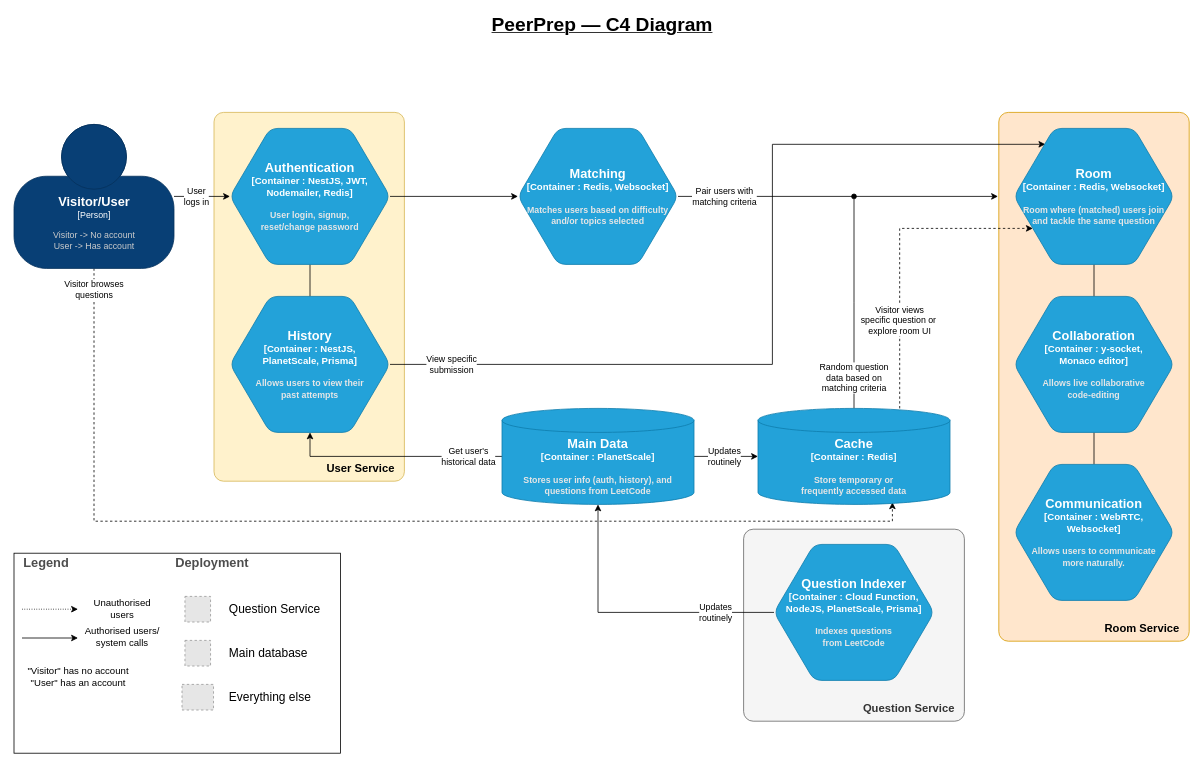
Before: page "Page-2" (1 of 2) of docs/cs3219-g42-c4-diagram.drawio in CS3219-AY2223S1/cs3219-project-ay2223s1-g42, a draw.io diagram. Source tidied: cells renumbered, new cells numbered last; positions are measured from the earlier drawing's top-left corner, leaving out a move shared by most shapes. Both pictures are drawn from the tidied source at 80%, with x=0, y=0 at pixel (14, 17). Pictures stored in the file or linked from it are replaced by grey dashed boxes.
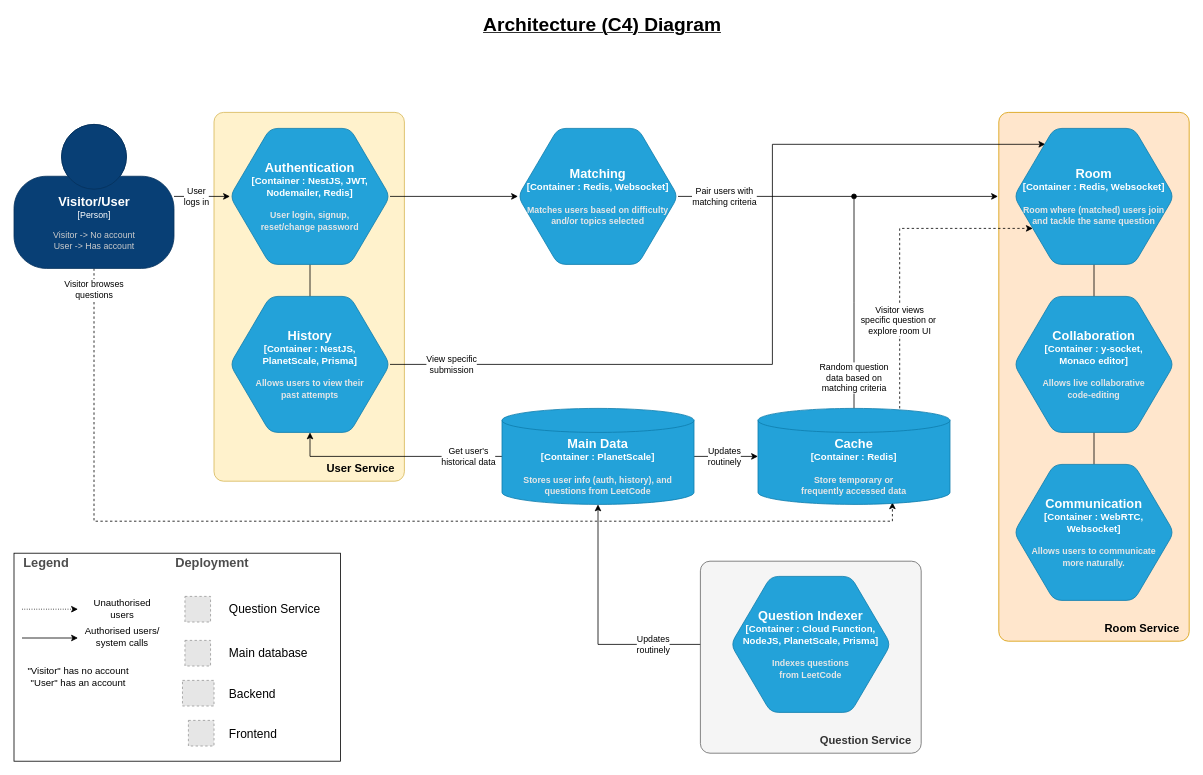
The same diagram, later.

Commit message (it also covers changes not shown here):
docs: add user authentication diagram

The change refers to these unchanged cells:
```xml
<object id="13" label="&lt;font style=&quot;font-size: 16px&quot;&gt;&lt;b&gt;%c4Type%&lt;/font&gt;&lt;div&gt;[%c4Container%:&amp;nbsp;%c4Technology%]&lt;/div&gt;&lt;br&gt;&lt;div&gt;&lt;font style=&quot;font-size: 11px&quot;&gt;&lt;font color=&quot;#E6E6E6&quot;&gt;%c4Description%&lt;/font&gt;&lt;/div&gt;" c4Container="Container " c4Description="Stores user info (auth, history), and &#10;questions from LeetCode" c4Technology="PlanetScale" c4Type="Main Data" placeholders="1">
  <mxCell style="shape=cylinder3;size=15;whiteSpace=wrap;html=1;boundedLbl=1;rounded=0;labelBackgroundColor=none;fillColor=#23A2D9;fontSize=12;fontColor=#ffffff;align=center;strokeColor=#0E7DAD;points=[[0.5,0,0],[1,0.25,0],[1,0.5,0],[1,0.75,0],[0.5,1,0],[0,0.75,0],[0,0.5,0],[0,0.25,0]];" parent="1" vertex="1">
    <mxGeometry x="610" y="489" width="240" height="120" as="geometry" />
  </mxCell>
</object>
```

Change to the diagram source:
```diff
@@
-    <mxCell id="2" value="&lt;b&gt;&lt;font style=&quot;font-size: 14px&quot;&gt;Question Service&lt;/font&gt;&lt;/b&gt;" style="rounded=1;whiteSpace=wrap;html=1;verticalAlign=bottom;align=right;spacingLeft=10;arcSize=5;fillColor=#f5f5f5;strokeColor=#666666;spacingBottom=5;fontColor=#333333;spacingRight=10;" parent="1" vertex="1">
-      <mxGeometry x="912" y="640" width="276" height="240" as="geometry" />
-    </mxCell>
@@
     <mxCell id="7" value="Updates&lt;br&gt;routinely" style="edgeStyle=orthogonalEdgeStyle;rounded=0;html=1;exitX=0;exitY=0.5;exitDx=0;exitDy=0;exitPerimeter=0;entryX=0.5;entryY=1;entryDx=0;entryDy=0;entryPerimeter=0;endArrow=classic;endFill=1;" parent="1" edge="1" source="8" target="13">
-      <mxGeometry x="-0.59" relative="1" as="geometry" />
+      <mxGeometry x="-0.43" relative="1" as="geometry" />
     </mxCell>
-    <object id="8" label="&lt;font style=&quot;font-size: 16px&quot;&gt;&lt;b&gt;%c4Type%&lt;/font&gt;&lt;div&gt;[%c4Container%:&amp;nbsp;%c4Technology%]&lt;/div&gt;&lt;br&gt;&lt;div&gt;&lt;font style=&quot;font-size: 11px&quot;&gt;&lt;font color=&quot;#E6E6E6&quot;&gt;%c4Description%&lt;/font&gt;&lt;/div&gt;" c4Container="Container " c4Description="Indexes questions &#10;from LeetCode" c4Technology="Cloud Function, NodeJS, PlanetScale, Prisma" c4Type="Question Indexer" placeholders="1">
-      <mxCell style="shape=hexagon;size=50;perimeter=hexagonPerimeter2;whiteSpace=wrap;html=1;fixedSize=1;rounded=1;labelBackgroundColor=none;fillColor=#23A2D9;fontSize=12;fontColor=#ffffff;align=center;strokeColor=#0E7DAD;points=[[0.5,0,0],[1,0.25,0],[1,0.5,0],[1,0.75,0],[0.5,1,0],[0,0.75,0],[0,0.5,0],[0,0.25,0]];" parent="1" vertex="1">
-        <mxGeometry x="950" y="659" width="200" height="170" as="geometry" />
-      </mxCell>
-    </object>
@@
     <mxCell id="28" style="whiteSpace=wrap;html=1;" parent="1" vertex="1">
-      <mxGeometry y="670" width="408" height="250" as="geometry" />
+      <mxGeometry y="670" width="408" height="260" as="geometry" />
     </mxCell>
@@
     <mxCell id="40" style="fillColor=#E6E6E6;strokeColor=#999999;dashed=1;verticalLabelPosition=bottom;labelBackgroundColor=#ffffff;verticalAlign=top;" parent="1" vertex="1">
-      <mxGeometry x="210" y="834" width="39.4" height="32" as="geometry" />
+      <mxGeometry x="210.6" y="829" width="39.4" height="32" as="geometry" />
     </mxCell>
-    <mxCell id="41" value="Everything else" style="text;html=1;strokeColor=none;fillColor=none;align=left;verticalAlign=middle;whiteSpace=wrap;rounded=0;fontSize=15;" parent="1" vertex="1">
-      <mxGeometry x="266.7" y="834" width="130" height="30" as="geometry" />
+    <mxCell id="41" value="Backend" style="text;html=1;strokeColor=none;fillColor=none;align=left;verticalAlign=middle;whiteSpace=wrap;rounded=0;fontSize=15;" parent="1" vertex="1">
+      <mxGeometry x="266.7" y="830" width="130" height="30" as="geometry" />
     </mxCell>
-    <mxCell id="42" value="&lt;b&gt;&lt;font style=&quot;font-size: 24px&quot;&gt;PeerPrep — C4 Diagram&lt;/font&gt;&lt;/b&gt;" style="text;html=1;align=center;verticalAlign=middle;strokeColor=none;fillColor=none;fontStyle=4;" parent="1" vertex="1">
-      <mxGeometry x="590" width="290" height="20" as="geometry" />
+    <mxCell id="42" value="&lt;b&gt;&lt;font style=&quot;font-size: 24px&quot;&gt;Architecture (C4) Diagram&lt;/font&gt;&lt;/b&gt;" style="text;html=1;align=center;verticalAlign=middle;strokeColor=none;fillColor=none;fontStyle=4;" parent="1" vertex="1">
+      <mxGeometry x="580" width="310" height="20" as="geometry" />
     </mxCell>
+    <mxCell id="43" style="group;" parent="1" vertex="1">
+      <mxGeometry x="858" y="680" width="276" height="240" as="geometry" />
+    </mxCell>
+    <mxCell id="2" value="&lt;b&gt;&lt;font style=&quot;font-size: 14px&quot;&gt;Question Service&lt;/font&gt;&lt;/b&gt;" style="rounded=1;whiteSpace=wrap;html=1;verticalAlign=bottom;align=right;spacingLeft=10;arcSize=5;fillColor=#f5f5f5;strokeColor=#666666;spacingBottom=5;fontColor=#333333;spacingRight=10;" parent="43" vertex="1">
+      <mxGeometry width="276" height="240" as="geometry" />
+    </mxCell>
+    <object id="8" label="&lt;font style=&quot;font-size: 16px&quot;&gt;&lt;b&gt;%c4Type%&lt;/font&gt;&lt;div&gt;[%c4Container%:&amp;nbsp;%c4Technology%]&lt;/div&gt;&lt;br&gt;&lt;div&gt;&lt;font style=&quot;font-size: 11px&quot;&gt;&lt;font color=&quot;#E6E6E6&quot;&gt;%c4Description%&lt;/font&gt;&lt;/div&gt;" c4Container="Container " c4Description="Indexes questions &#10;from LeetCode" c4Technology="Cloud Function, NodeJS, PlanetScale, Prisma" c4Type="Question Indexer" placeholders="1">
+      <mxCell style="shape=hexagon;size=50;perimeter=hexagonPerimeter2;whiteSpace=wrap;html=1;fixedSize=1;rounded=1;labelBackgroundColor=none;fillColor=#23A2D9;fontSize=12;fontColor=#ffffff;align=center;strokeColor=#0E7DAD;points=[[0.5,0,0],[1,0.25,0],[1,0.5,0],[1,0.75,0],[0.5,1,0],[0,0.75,0],[0,0.5,0],[0,0.25,0]];" parent="43" vertex="1">
+        <mxGeometry x="38" y="19" width="200" height="170" as="geometry" />
+      </mxCell>
+    </object>
+    <mxCell id="44" style="fillColor=#E6E6E6;strokeColor=#999999;dashed=1;verticalLabelPosition=bottom;labelBackgroundColor=#ffffff;verticalAlign=top;" parent="1" vertex="1">
+      <mxGeometry x="218" y="879" width="32" height="32" as="geometry" />
+    </mxCell>
+    <mxCell id="45" value="Frontend" style="text;html=1;strokeColor=none;fillColor=none;align=left;verticalAlign=middle;whiteSpace=wrap;rounded=0;fontSize=15;" parent="1" vertex="1">
+      <mxGeometry x="266.7" y="880" width="130" height="30" as="geometry" />
+    </mxCell>
```
